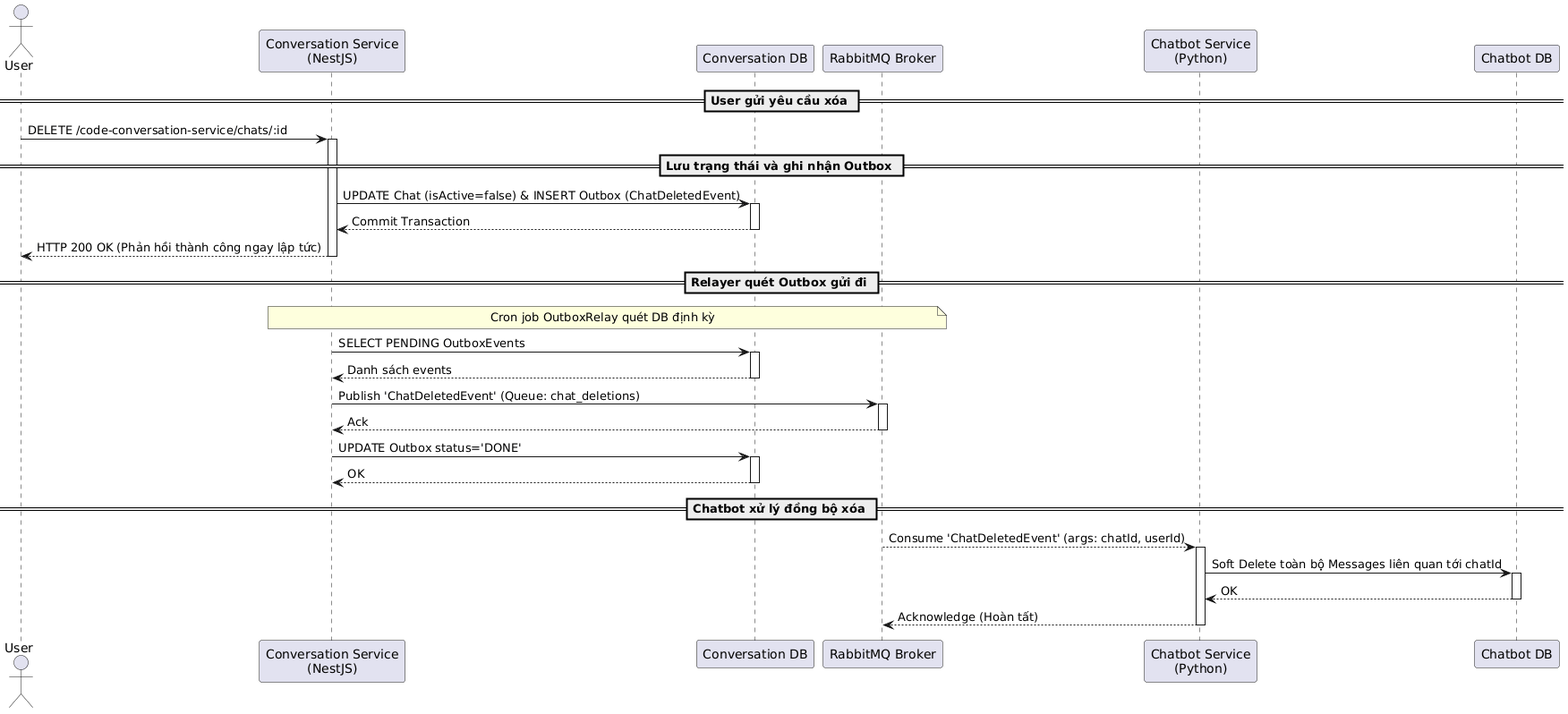
20206205Tech/docs-uml keeps this PlantUML diagram as temp/05-sequence/UML-Sequence-18.png. Above is the earlier version.
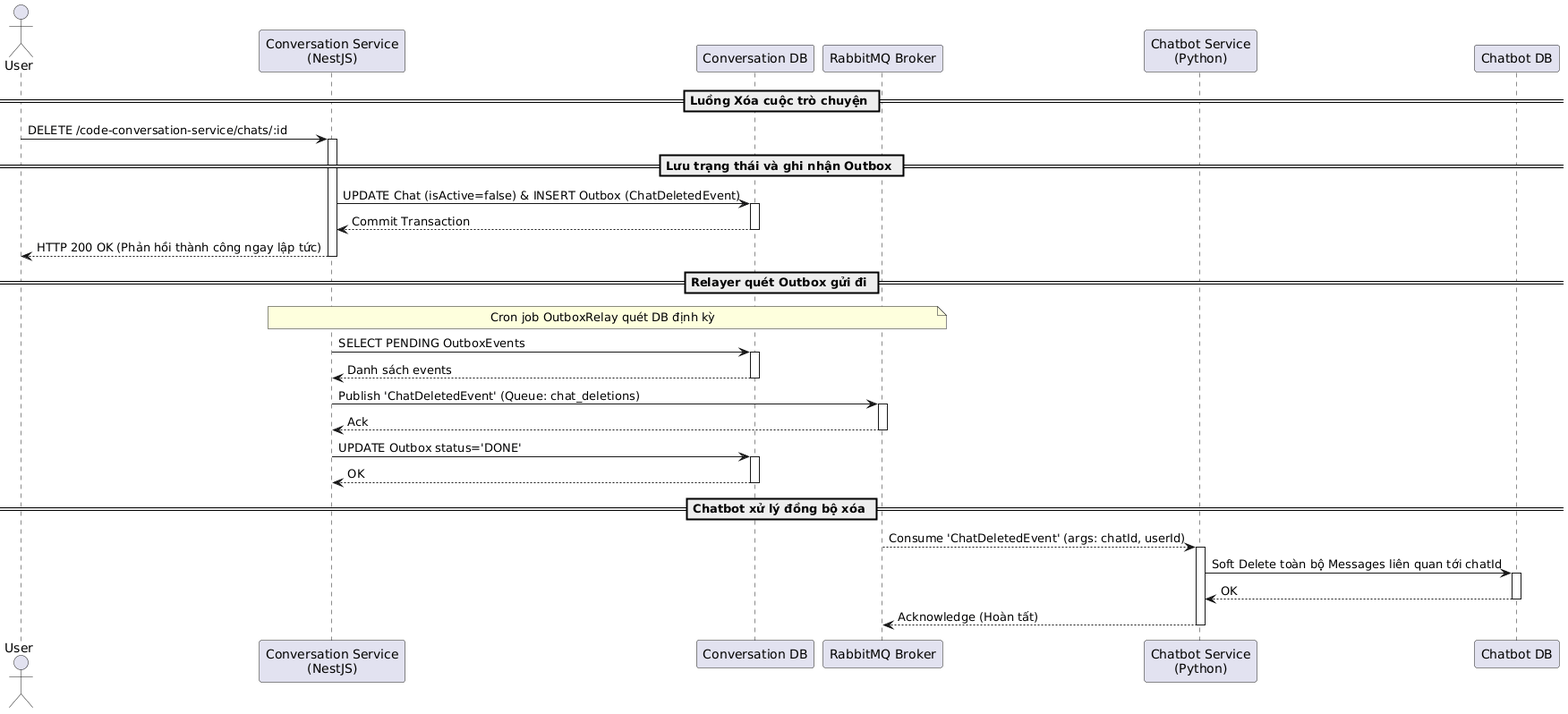
The same diagram one commit later.

Change to the diagram source:
```diff
@@ -6,7 +6,7 @@
 participant "Chatbot Service\n(Python)" as Chatbot
 participant "Chatbot DB" as ChatbotDB
 
-== User gửi yêu cầu xóa ==
+== Luồng Xóa cuộc trò chuyện ==
 User -> Conv: DELETE /code-conversation-service/chats/:id
 activate Conv
 
```
